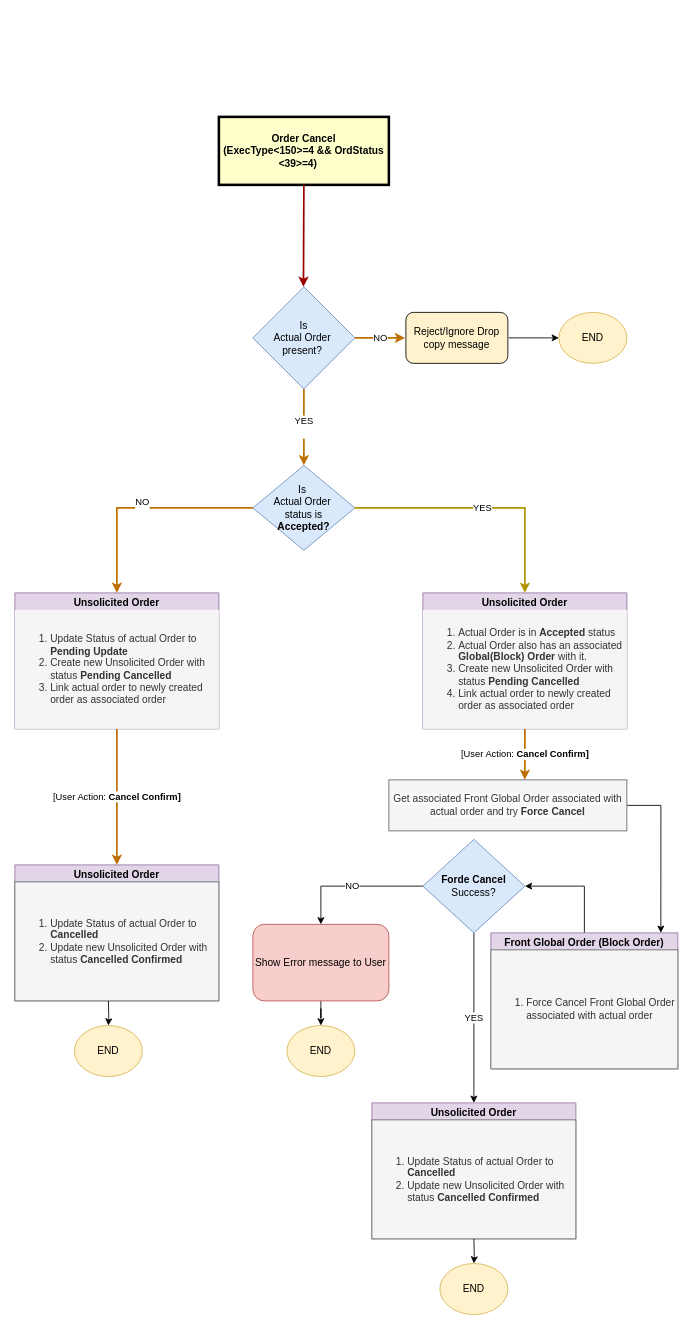
This is FIX_drop_copy_modify_accepted_orders.drawio from Avanishkumar28/designs, a draw.io file, before an edit. Source tidied: cells renumbered, new cells numbered last; positions are measured from the earlier drawing's top-left corner, leaving out a move shared by most shapes. Both pictures are drawn from the tidied source at 85%, with x=0, y=0 at pixel (14, 116).
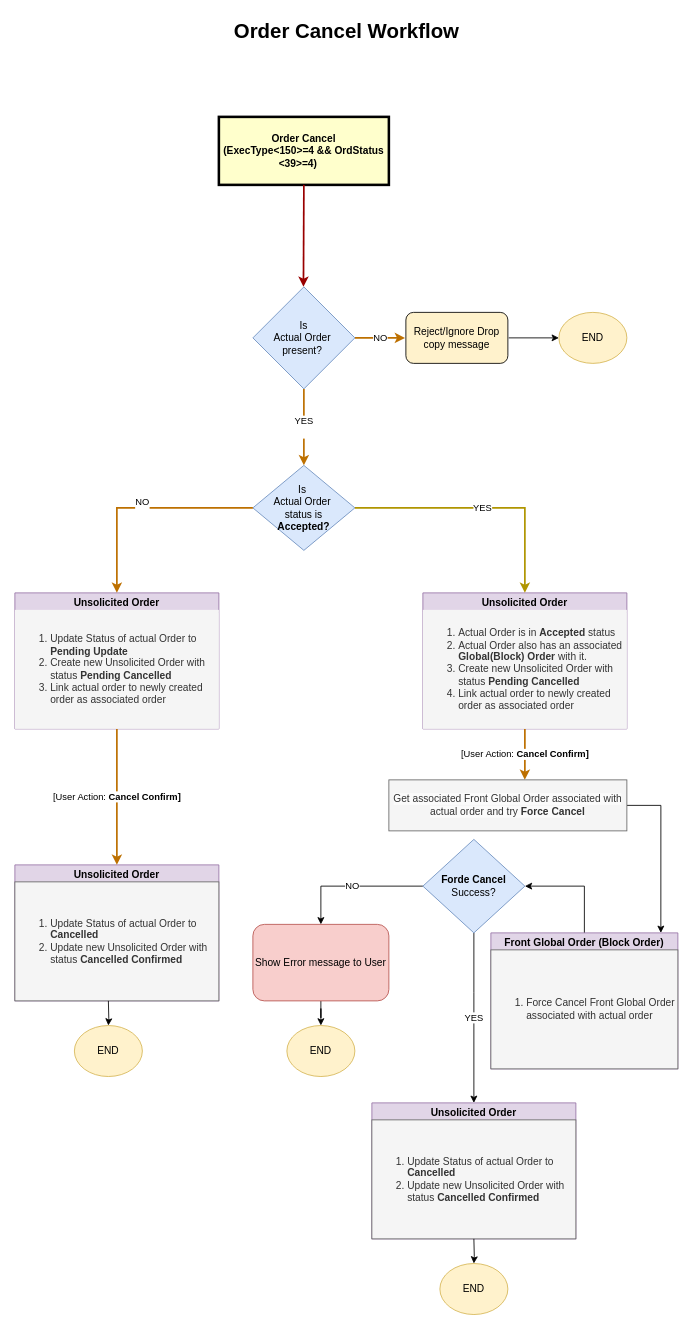
The same page after the edit.

Change to the diagram source:
```diff
@@
+    <mxCell id="38" value="Order Cancel Workflow" style="text;strokeColor=none;fillColor=none;html=1;fontSize=24;fontStyle=1;verticalAlign=middle;align=center;" parent="1" vertex="1">
+      <mxGeometry x="10" y="-120" width="760" height="40" as="geometry" />
+    </mxCell>
```
